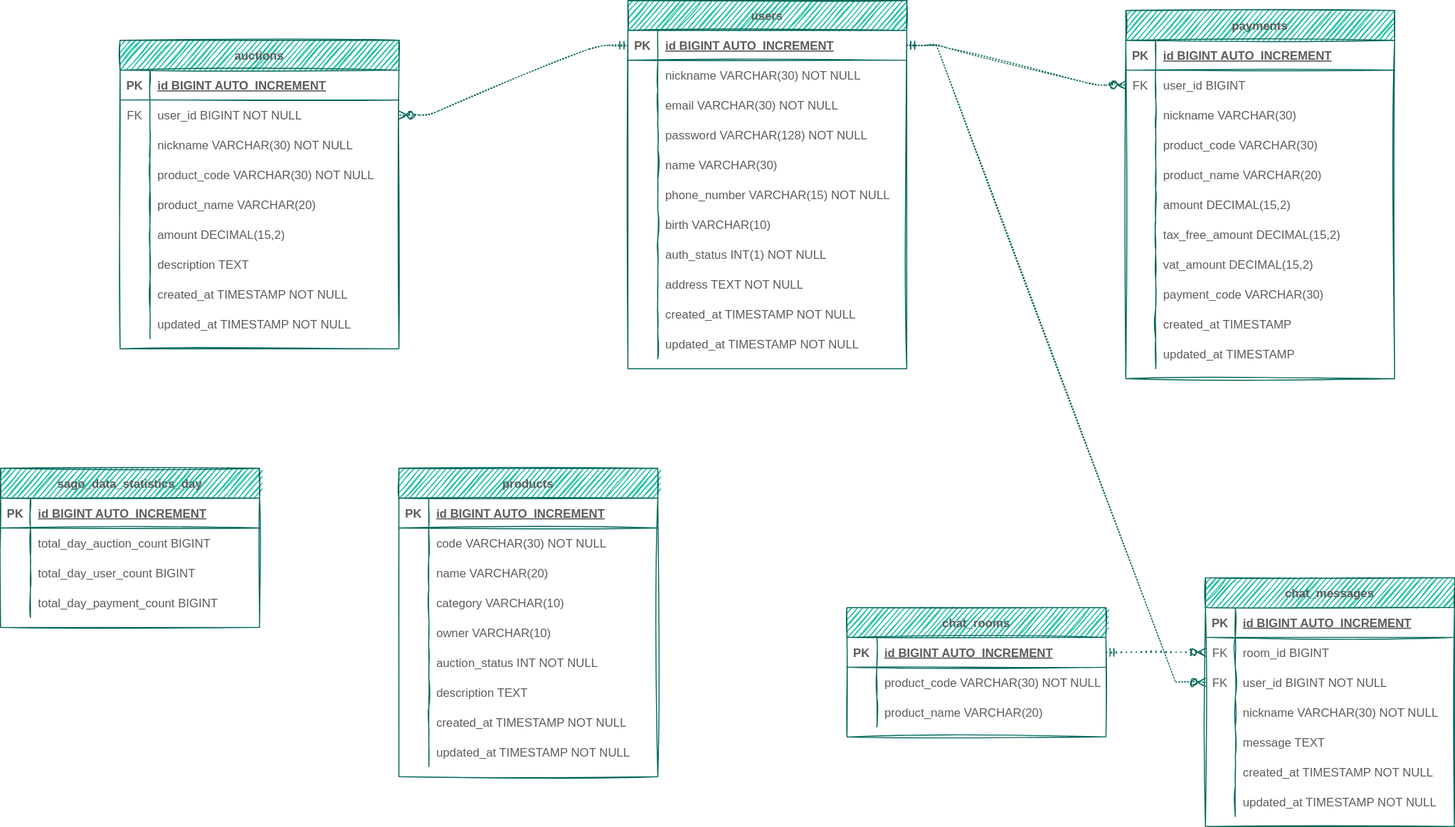
This is sago_database_schema.drawio.svg from AnneMayor/TestRepository, a draw.io export, as it was before one commit. Source tidied: cells renumbered, new cells last; positions are measured from the earlier drawing's top-left corner, leaving out a move shared by most shapes.
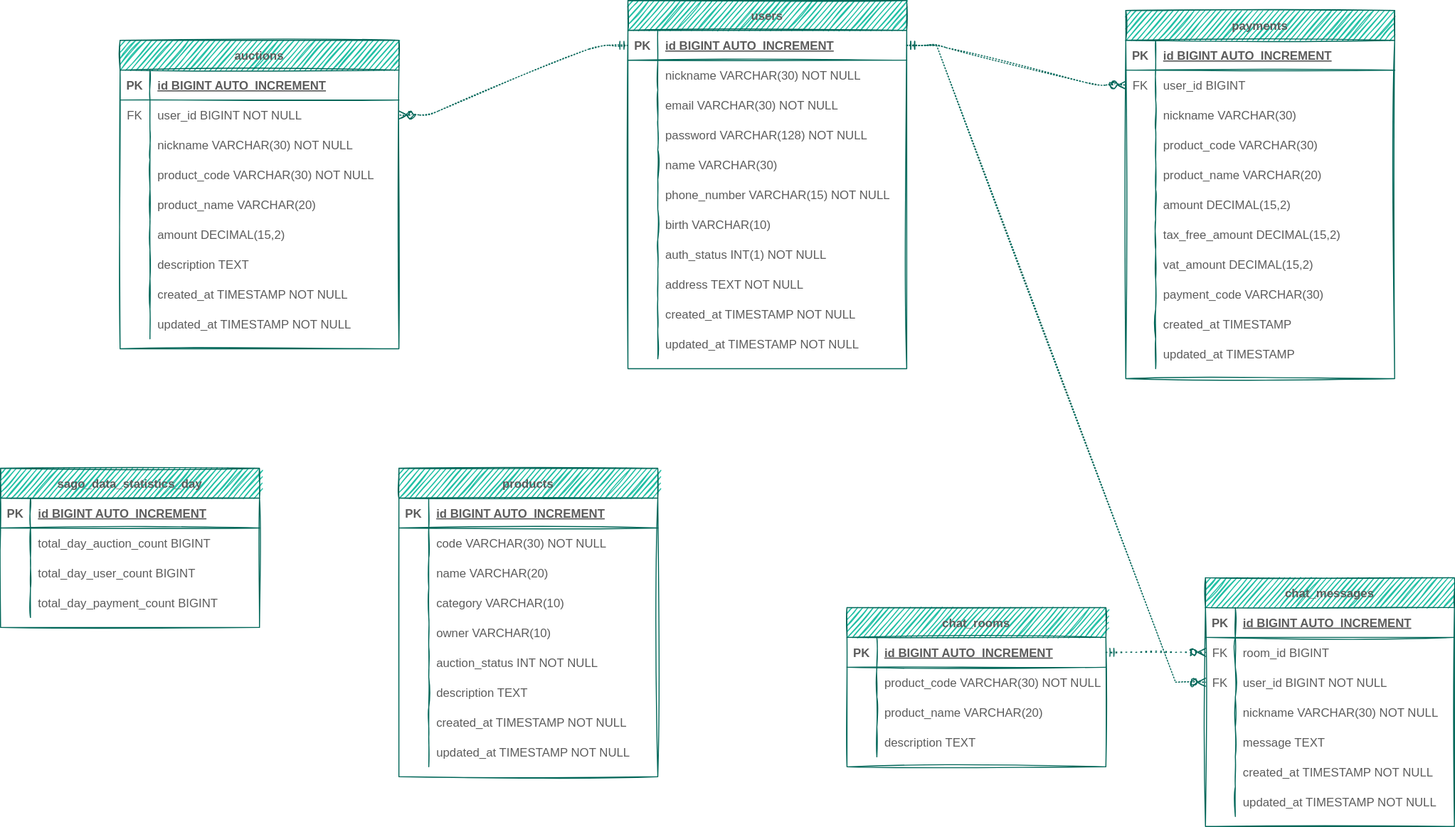
The same file after the commit.

Diff of the diagram source:
```diff
@@ -492,7 +492,7 @@
       <mxGeometry relative="1" as="geometry" />
     </mxCell>
     <mxCell id="165" value="chat_rooms" style="shape=table;startSize=30;rowLines=0;fontStyle=1;align=center;rounded=0;sketch=1;fontColor=#5C5C5C;strokeColor=#006658;fillColor=#21C0A5;" parent="1" vertex="1">
-      <mxGeometry x="850" y="610" width="260" height="130" as="geometry" />
+      <mxGeometry x="850" y="610" width="260" height="160" as="geometry" />
     </mxCell>
     <mxCell id="166" style="shape=partialRectangle;fillColor=none;top=0;left=0;bottom=1;right=0;points=[[0,0.5],[1,0.5]];portConstraint=eastwest;rounded=0;sketch=1;fontColor=#5C5C5C;strokeColor=#006658;" parent="165" vertex="1">
       <mxGeometry y="30" width="260" height="30" as="geometry" />
@@ -521,5 +521,14 @@
     <mxCell id="174" value="product_name VARCHAR(20)" style="shape=partialRectangle;fillColor=none;top=0;left=0;bottom=0;right=0;align=left;spacingLeft=6;overflow=hidden;rounded=0;sketch=1;fontColor=#5C5C5C;strokeColor=#006658;" parent="172" vertex="1">
       <mxGeometry x="30" width="230" height="30" as="geometry" />
     </mxCell>
+    <mxCell id="175" style="shape=partialRectangle;fillColor=none;top=0;left=0;bottom=0;right=0;rounded=0;sketch=1;fontColor=#5C5C5C;strokeColor=#006658;" parent="165" vertex="1">
+      <mxGeometry y="120" width="260" height="30" as="geometry" />
+    </mxCell>
+    <mxCell id="176" style="shape=partialRectangle;fillColor=none;top=0;left=0;bottom=0;right=0;overflow=hidden;rounded=0;sketch=1;fontColor=#5C5C5C;strokeColor=#006658;" parent="175" vertex="1">
+      <mxGeometry width="30" height="30" as="geometry" />
+    </mxCell>
+    <mxCell id="177" value="description TEXT" style="shape=partialRectangle;fillColor=none;top=0;left=0;bottom=0;right=0;align=left;spacingLeft=6;overflow=hidden;rounded=0;sketch=1;fontColor=#5C5C5C;strokeColor=#006658;" parent="175" vertex="1">
+      <mxGeometry x="30" width="230" height="30" as="geometry" />
+    </mxCell>
   </root>
 </mxGraphModel>
```
